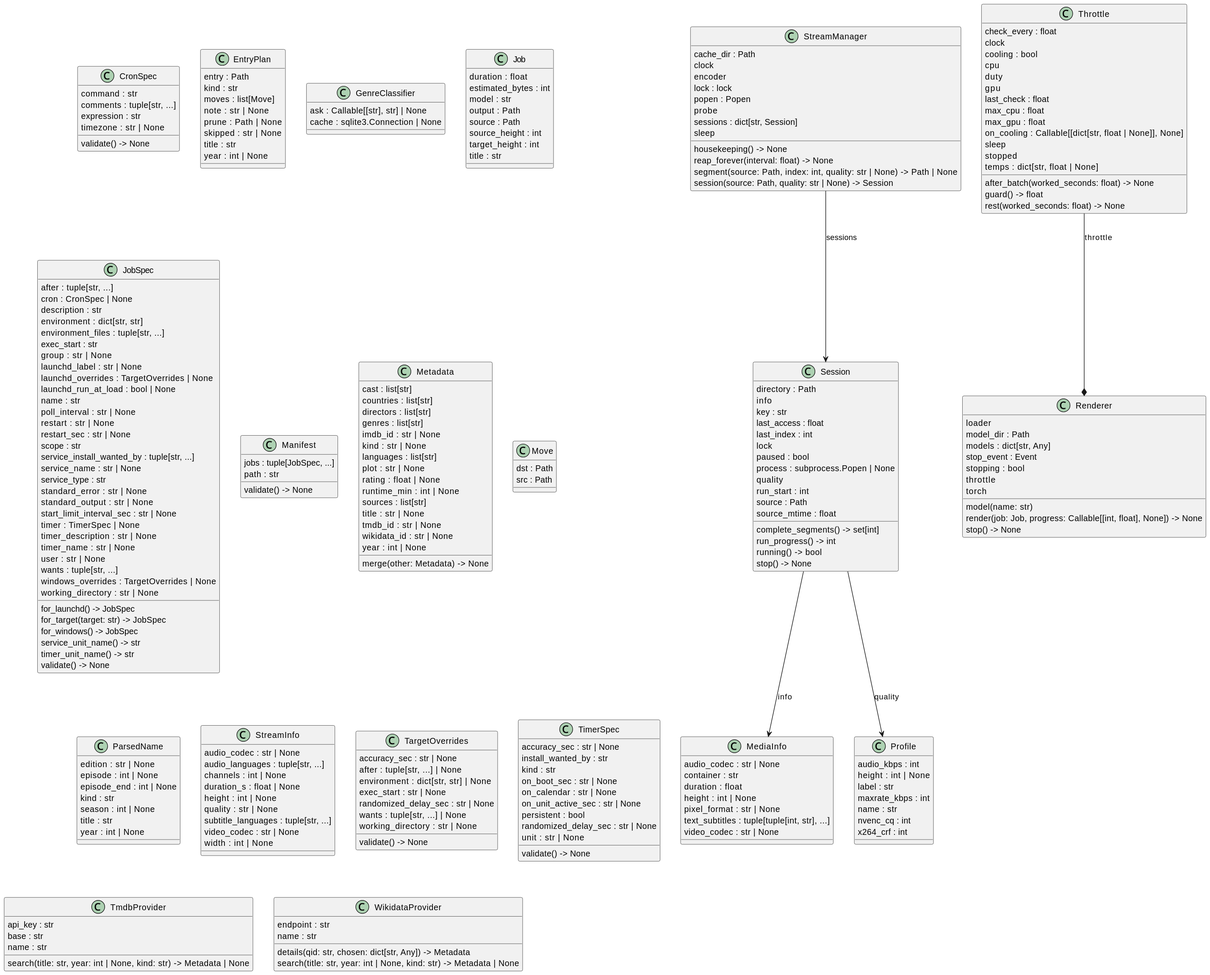
Above: docs/diagrams/python-classes.puml.svg in casonk/clockwork (PlantUML), before the change.
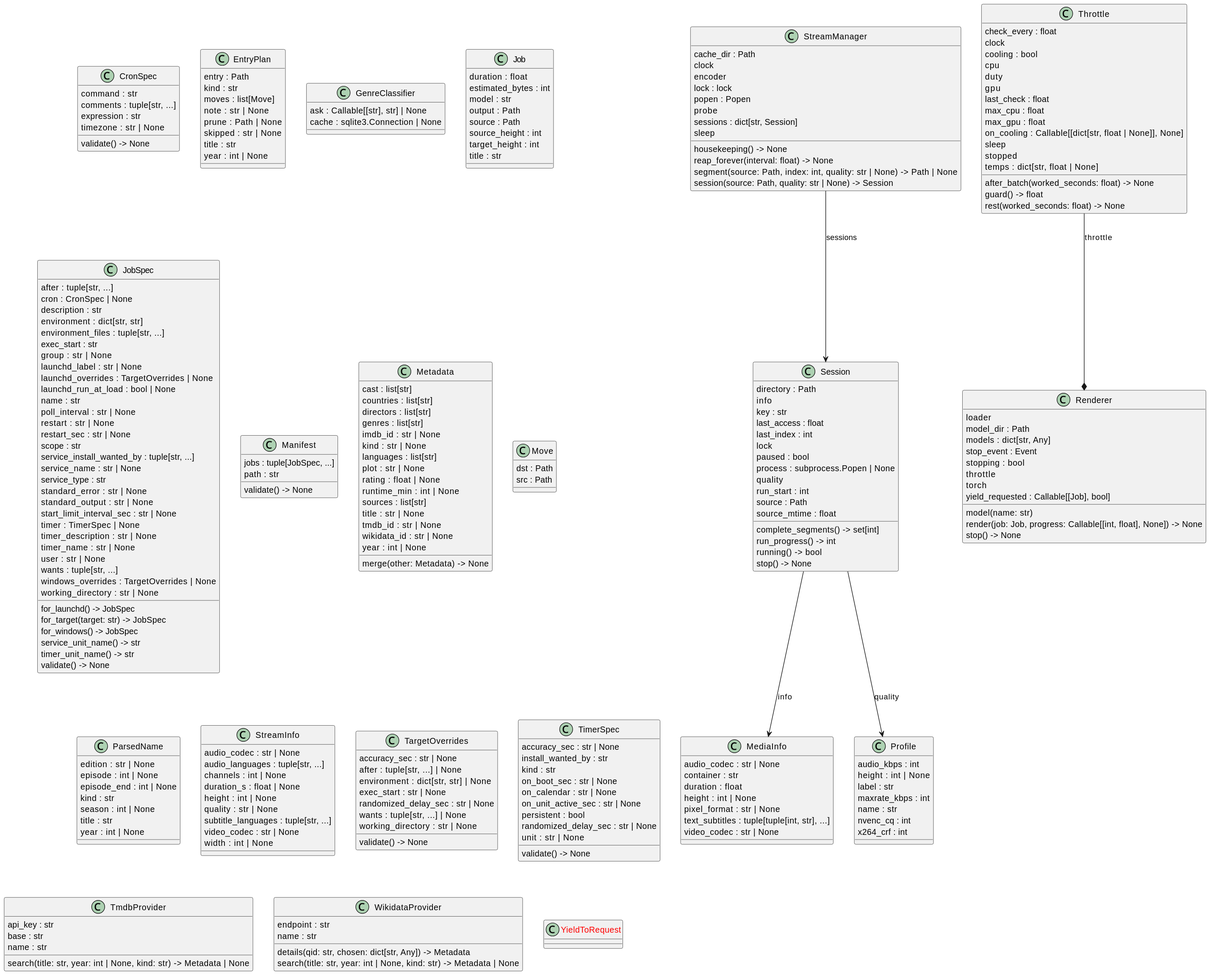
The same diagram one commit later.

What changed in the source:
```diff
@@ -129,6 +129,7 @@
   stopping : bool
   throttle
   torch
+  yield_requested : Callable[[Job], bool]
   model(name: str)
   render(job: Job, progress: Callable[[int, float], None]) -> None
   stop() -> None
@@ -228,6 +229,8 @@
   details(qid: str, chosen: dict[str, Any]) -> Metadata
   search(title: str, year: int | None, kind: str) -> Metadata | None
 }
+class "<color:red>YieldToRequest</color>" as web.upscale.YieldToRequest {
+}
 web.streaming.Session --> web.streaming.MediaInfo : info
 web.streaming.Session --> web.streaming.Profile : quality
 web.streaming.StreamManager --> web.streaming.Session : sessions
```
